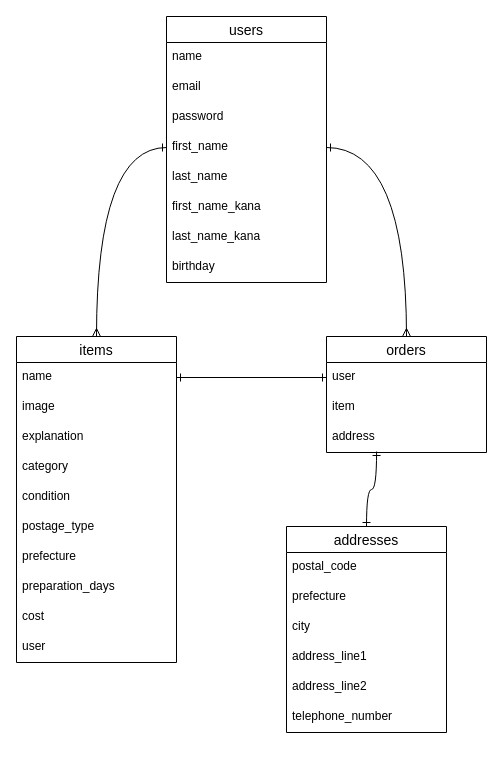
tomoyasakamoto32/furima-33496 keeps this draw.io diagram as furima.dio. Above is the earlier version. Source tidied: cells renumbered, new cells numbered last; positions are measured from the earlier drawing's top-left corner, leaving out a move shared by most shapes. Both pictures are drawn from the tidied source at 100%, with x=0, y=0 at pixel (16, 16).
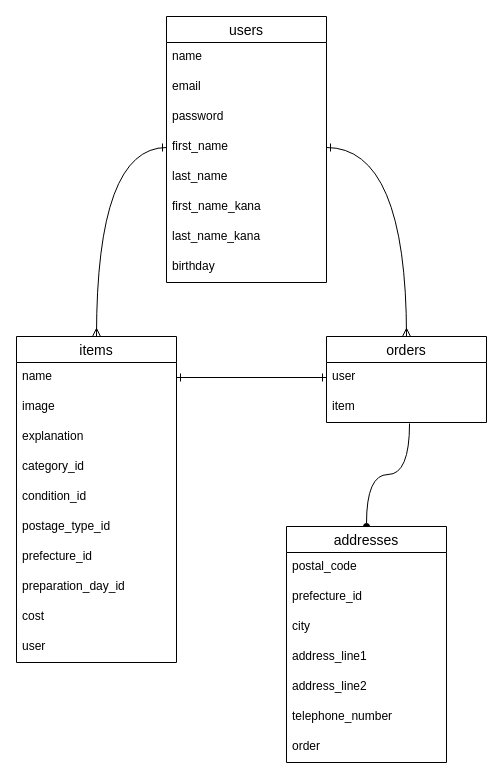
Above is the later version.

Commit message (it also covers changes not shown here):
データベース設計修正

Unchanged cells that the change refers to:
```xml
<mxCell id="2" value="items" style="swimlane;fontStyle=0;horizontal=1;startSize=26;align=center;fontSize=14;" parent="1" vertex="1">
  <mxGeometry y="320" width="160" height="326" as="geometry" />
</mxCell>
<mxCell id="15" value="item" style="text;strokeColor=none;fillColor=none;spacingLeft=4;spacingRight=4;overflow=hidden;points=[[0,0.5],[1,0.5]];portConstraint=eastwest;fontSize=12;" parent="13" vertex="1">
  <mxGeometry y="56" width="160" height="30" as="geometry" />
</mxCell>
```

Diff of the diagram source:
```diff
@@
-    <mxCell id="6" value="category" style="text;strokeColor=none;fillColor=none;spacingLeft=4;spacingRight=4;overflow=hidden;fontSize=12;" parent="2" vertex="1">
+    <mxCell id="6" value="category_id" style="text;strokeColor=none;fillColor=none;spacingLeft=4;spacingRight=4;overflow=hidden;fontSize=12;" parent="2" vertex="1">
       <mxGeometry y="116" width="160" height="30" as="geometry" />
     </mxCell>
-    <mxCell id="7" value="condition" style="text;strokeColor=none;fillColor=none;spacingLeft=4;spacingRight=4;overflow=hidden;fontSize=12;" parent="2" vertex="1">
+    <mxCell id="7" value="condition_id" style="text;strokeColor=none;fillColor=none;spacingLeft=4;spacingRight=4;overflow=hidden;fontSize=12;" parent="2" vertex="1">
       <mxGeometry y="146" width="160" height="30" as="geometry" />
     </mxCell>
-    <mxCell id="8" value="postage_type" style="text;strokeColor=none;fillColor=none;spacingLeft=4;spacingRight=4;overflow=hidden;fontSize=12;" parent="2" vertex="1">
+    <mxCell id="8" value="postage_type_id" style="text;strokeColor=none;fillColor=none;spacingLeft=4;spacingRight=4;overflow=hidden;fontSize=12;" parent="2" vertex="1">
       <mxGeometry y="176" width="160" height="30" as="geometry" />
     </mxCell>
-    <mxCell id="9" value="prefecture" style="text;strokeColor=none;fillColor=none;spacingLeft=4;spacingRight=4;overflow=hidden;fontSize=12;" parent="2" vertex="1">
+    <mxCell id="9" value="prefecture_id" style="text;strokeColor=none;fillColor=none;spacingLeft=4;spacingRight=4;overflow=hidden;fontSize=12;" parent="2" vertex="1">
       <mxGeometry y="206" width="160" height="30" as="geometry" />
     </mxCell>
-    <mxCell id="10" value="preparation_days" style="text;strokeColor=none;fillColor=none;spacingLeft=4;spacingRight=4;overflow=hidden;fontSize=12;" parent="2" vertex="1">
+    <mxCell id="10" value="preparation_day_id" style="text;strokeColor=none;fillColor=none;spacingLeft=4;spacingRight=4;overflow=hidden;fontSize=12;" parent="2" vertex="1">
       <mxGeometry y="236" width="160" height="30" as="geometry" />
     </mxCell>
@@
     <mxCell id="13" value="orders" style="swimlane;fontStyle=0;horizontal=1;startSize=26;align=center;fontSize=14;" parent="1" vertex="1">
-      <mxGeometry x="310" y="320" width="160" height="116" as="geometry" />
+      <mxGeometry x="310" y="320" width="160" height="86" as="geometry" />
     </mxCell>
@@
-    <mxCell id="16" value="address" style="text;strokeColor=none;fillColor=none;spacingLeft=4;spacingRight=4;overflow=hidden;points=[[0,0.5],[1,0.5]];portConstraint=eastwest;fontSize=12;" parent="13" vertex="1">
-      <mxGeometry y="86" width="160" height="30" as="geometry" />
-    </mxCell>
@@
-    <mxCell id="28" style="edgeStyle=orthogonalEdgeStyle;curved=1;jettySize=auto;html=1;exitX=0.5;exitY=0;exitDx=0;exitDy=0;entryX=0.313;entryY=0.967;entryDx=0;entryDy=0;entryPerimeter=0;startArrow=ERone;startFill=0;endArrow=ERone;endFill=0;" parent="1" edge="1" source="29" target="16">
-      <mxGeometry relative="1" as="geometry" />
-    </mxCell>
+    <mxCell id="37" style="edgeStyle=orthogonalEdgeStyle;curved=1;jettySize=auto;html=1;exitX=0.5;exitY=0;exitDx=0;exitDy=0;entryX=0.519;entryY=1.033;entryDx=0;entryDy=0;entryPerimeter=0;startArrow=oval;startFill=1;endArrow=none;endFill=0;" parent="1" edge="1" source="29" target="15">
+      <mxGeometry relative="1" as="geometry" />
+    </mxCell>
     <mxCell id="29" value="addresses" style="swimlane;fontStyle=0;horizontal=1;startSize=26;align=center;fontSize=14;" parent="1" vertex="1">
-      <mxGeometry x="270" y="510" width="160" height="206" as="geometry" />
+      <mxGeometry x="270" y="510" width="160" height="236" as="geometry" />
     </mxCell>
@@
-    <mxCell id="31" value="prefecture" style="text;strokeColor=none;fillColor=none;spacingLeft=4;spacingRight=4;overflow=hidden;fontSize=12;" parent="29" vertex="1">
+    <mxCell id="31" value="prefecture_id" style="text;strokeColor=none;fillColor=none;spacingLeft=4;spacingRight=4;overflow=hidden;fontSize=12;" parent="29" vertex="1">
       <mxGeometry y="56" width="160" height="30" as="geometry" />
     </mxCell>
@@
+    <mxCell id="38" value="order" style="text;strokeColor=none;fillColor=none;spacingLeft=4;spacingRight=4;overflow=hidden;fontSize=12;" parent="29" vertex="1">
+      <mxGeometry y="206" width="160" height="30" as="geometry" />
+    </mxCell>
```
